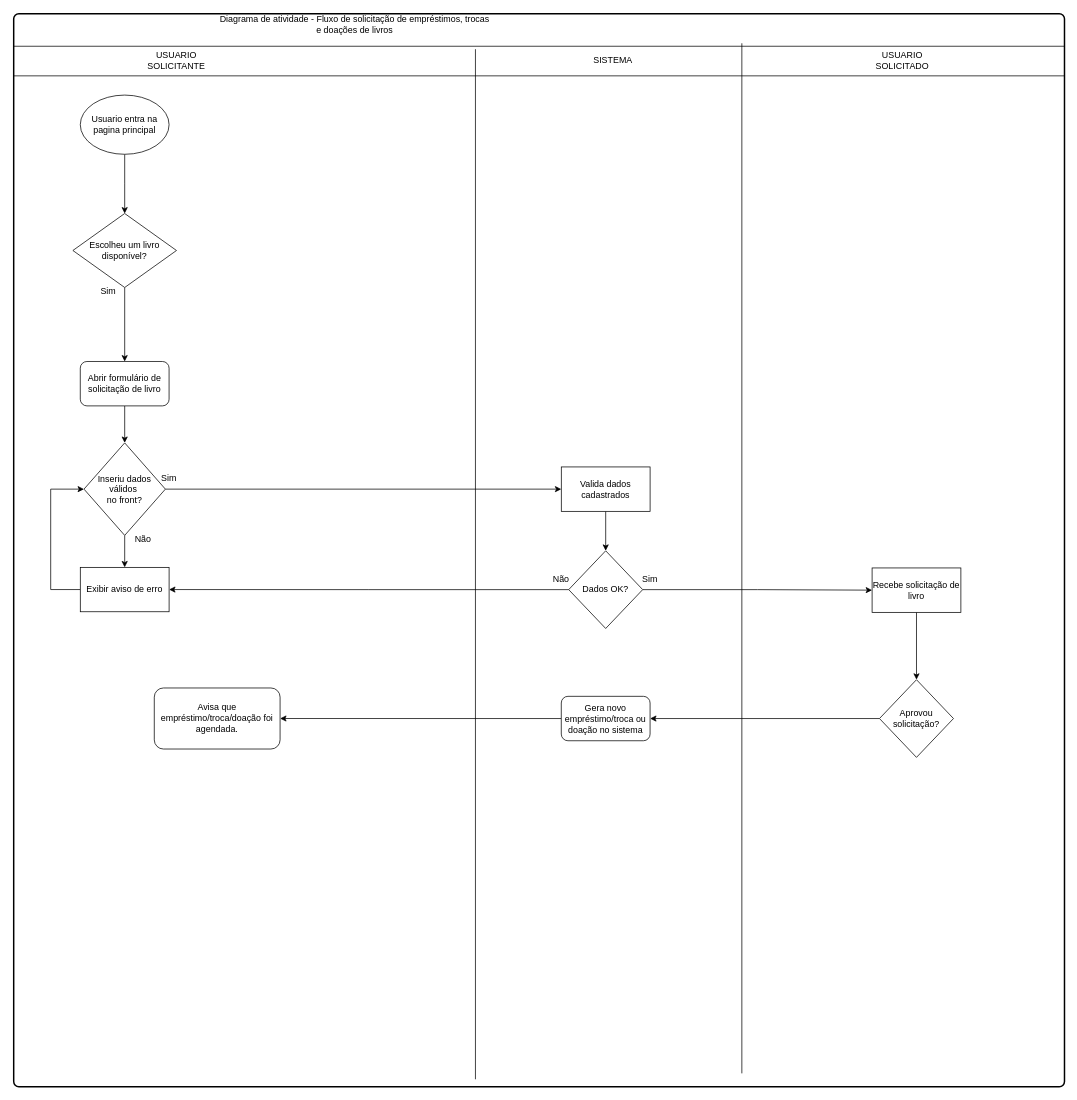
Earlier version of the draw.io diagram page "Diagrama_Atividade_Solicitar_livro" (4 of 4) of Diagramas/Diagramas.drawio (Raphael0305/Fatec-PI). Source tidied: cells renumbered, new cells numbered last; positions are measured from the earlier drawing's top-left corner, leaving out a move shared by most shapes. Both pictures are drawn from the tidied source at 74%, with x=0, y=0 at pixel (13, 13).
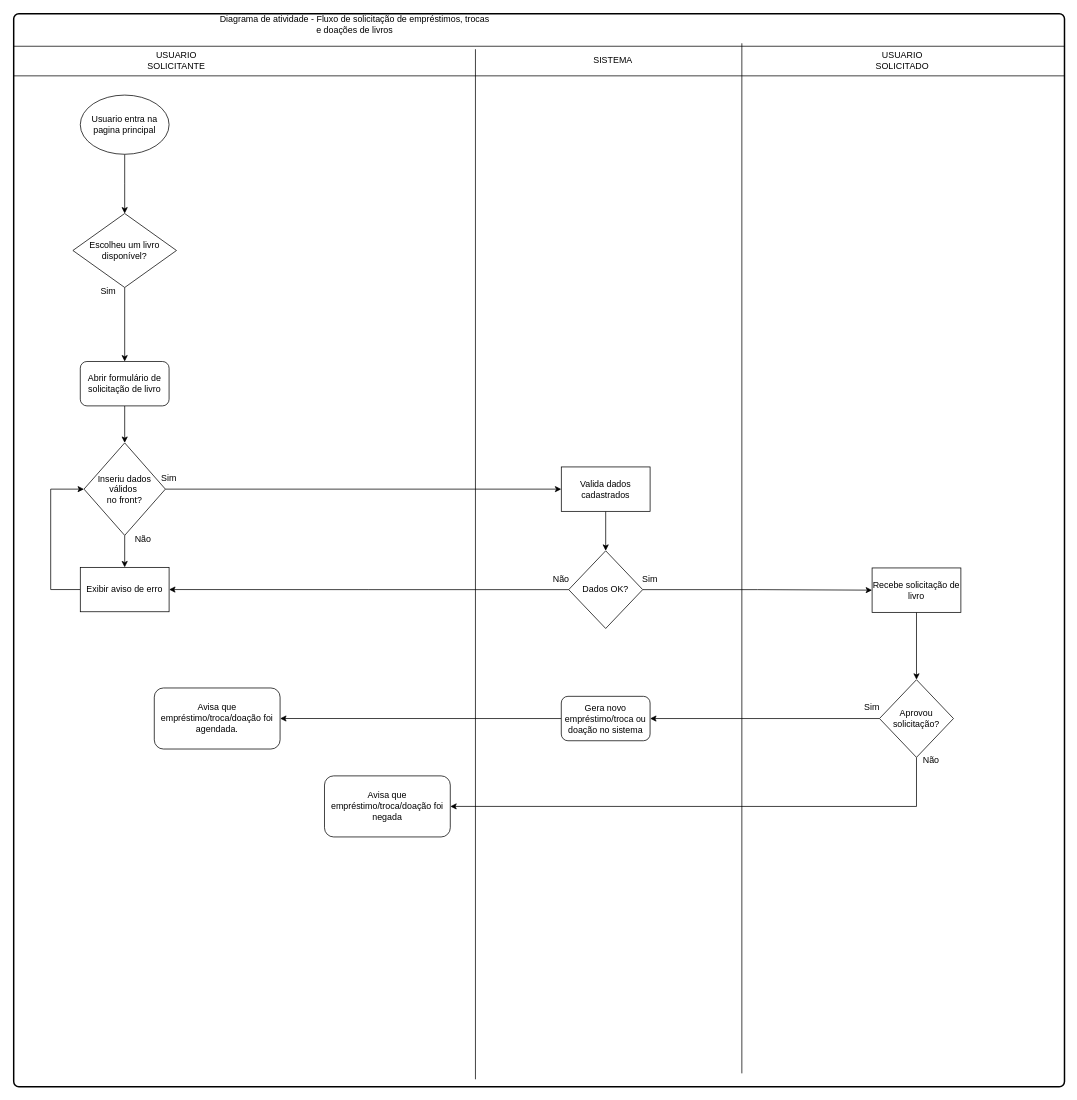
The same diagram, later.

Unchanged cells that the change refers to:
```xml
<mxCell id="34" value="Aprovou solicitação?" style="rhombus;whiteSpace=wrap;html=1;" parent="1" vertex="1">
  <mxGeometry x="1170" y="900" width="100" height="105" as="geometry" />
</mxCell>
```

Change to the diagram source:
```diff
@@
+    <mxCell id="39" style="edgeStyle=orthogonalEdgeStyle;rounded=0;jettySize=auto;html=1;exitX=0.5;exitY=1;exitDx=0;exitDy=0;entryX=1;entryY=0.5;entryDx=0;entryDy=0;" parent="1" edge="1" source="34" target="41">
+      <mxGeometry relative="1" as="geometry" />
+    </mxCell>
@@
+    <mxCell id="40" value="Sim" style="text;html=1;align=center;verticalAlign=middle;whiteSpace=wrap;rounded=0;" parent="1" vertex="1">
+      <mxGeometry x="1130" y="922.5" width="60" height="30" as="geometry" />
+    </mxCell>
+    <mxCell id="41" value="Avisa que empréstimo/troca/doação foi negada" style="rounded=1;whiteSpace=wrap;html=1;" parent="1" vertex="1">
+      <mxGeometry x="420" y="1030" width="170" height="82.5" as="geometry" />
+    </mxCell>
+    <mxCell id="42" value="Não" style="text;html=1;align=center;verticalAlign=middle;whiteSpace=wrap;rounded=0;" parent="1" vertex="1">
+      <mxGeometry x="1210" y="993.8" width="60" height="30" as="geometry" />
+    </mxCell>
```
